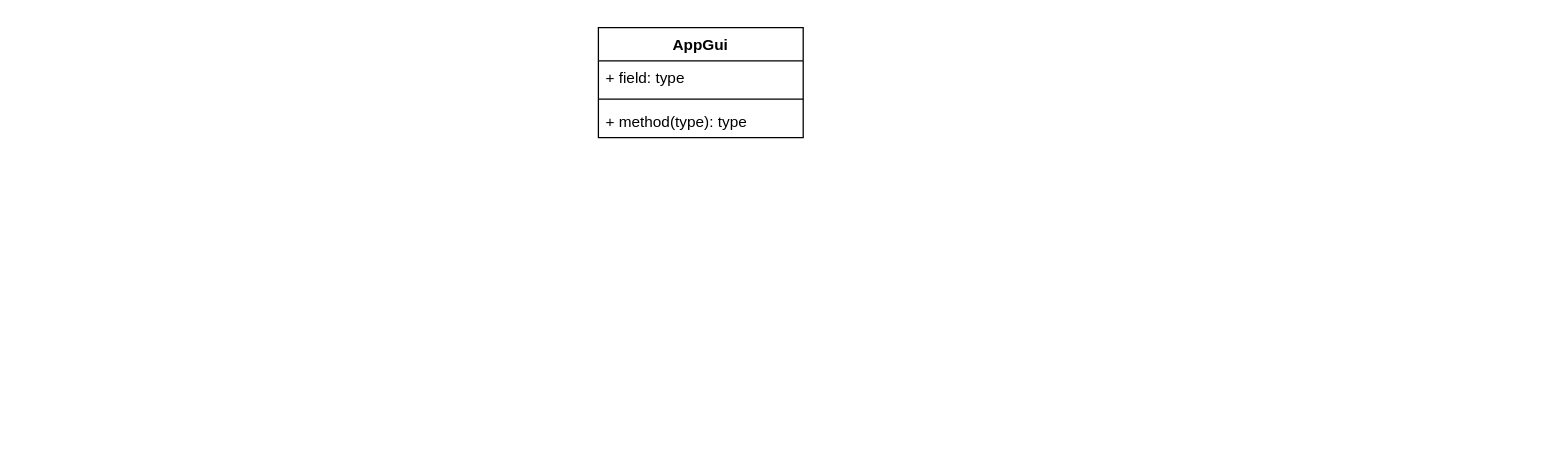
Before: doc/Общая диаграмма классов.drawio in Solar-Falcon/final-trps, a draw.io diagram. Source tidied: cells renumbered, new cells numbered last; positions are measured from the earlier drawing's top-left corner, leaving out a move shared by most shapes. Both pictures are drawn from the tidied source at 128%, with x=0, y=0 at pixel (598, 27).
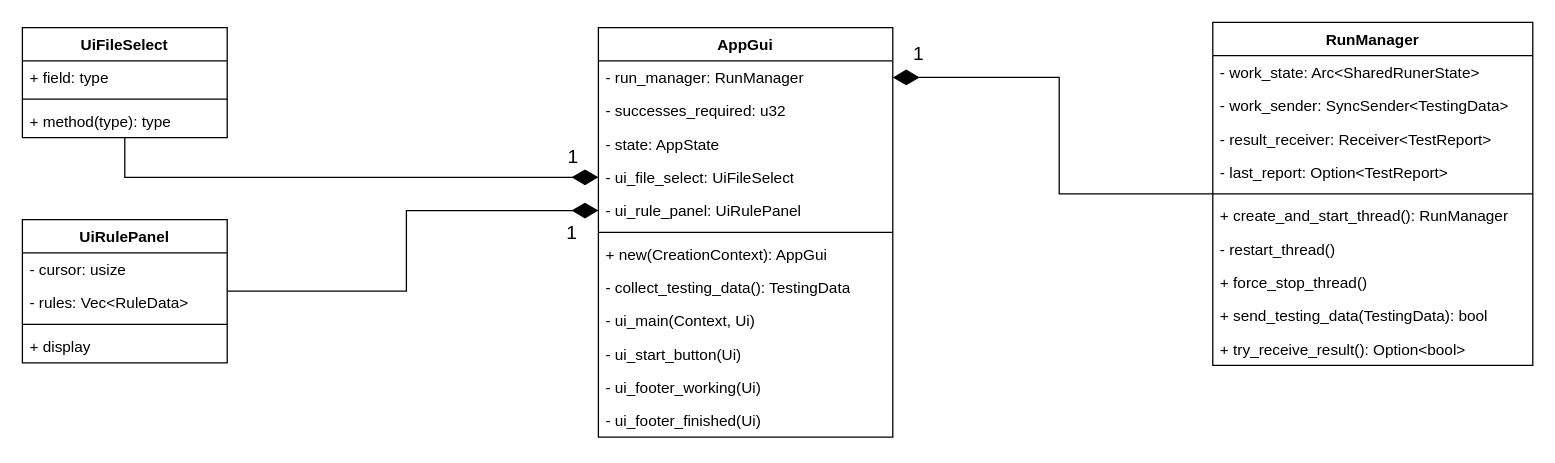
Above is the later version.

What changed in the source:
```diff
@@
     <mxCell id="2" value="AppGui" style="swimlane;fontStyle=1;align=center;verticalAlign=top;horizontal=1;startSize=26;whiteSpace=wrap;html=1;" parent="1" vertex="1">
-      <mxGeometry width="160" height="86" as="geometry" />
+      <mxGeometry width="230" height="320" as="geometry" />
     </mxCell>
-    <mxCell id="3" value="+ field: type" style="text;strokeColor=none;fillColor=none;align=left;verticalAlign=top;spacingLeft=4;spacingRight=4;overflow=hidden;points=[[0,0.5],[1,0.5]];portConstraint=eastwest;whiteSpace=wrap;html=1;" parent="2" vertex="1">
-      <mxGeometry y="26" width="160" height="26" as="geometry" />
+    <mxCell id="3" value="- run_manager: RunManager" style="text;strokeColor=none;fillColor=none;align=left;verticalAlign=top;spacingLeft=4;spacingRight=4;overflow=hidden;points=[[0,0.5],[1,0.5]];portConstraint=eastwest;whiteSpace=wrap;html=1;" parent="2" vertex="1">
+      <mxGeometry y="26" width="230" height="26" as="geometry" />
     </mxCell>
+    <mxCell id="6" value="- successes_required: u32" style="text;strokeColor=none;fillColor=none;align=left;verticalAlign=top;spacingLeft=4;spacingRight=4;overflow=hidden;whiteSpace=wrap;html=1;" parent="2" vertex="1">
+      <mxGeometry y="52" width="230" height="26" as="geometry" />
+    </mxCell>
+    <mxCell id="7" value="- state: AppState" style="text;strokeColor=none;fillColor=none;align=left;verticalAlign=top;spacingLeft=4;spacingRight=4;overflow=hidden;whiteSpace=wrap;html=1;" parent="2" vertex="1">
+      <mxGeometry y="78" width="230" height="26" as="geometry" />
+    </mxCell>
+    <mxCell id="8" value="- ui_file_select: UiFileSelect" style="text;strokeColor=none;fillColor=none;align=left;verticalAlign=top;spacingLeft=4;spacingRight=4;overflow=hidden;points=[[0,0.5],[1,0.5]];portConstraint=eastwest;whiteSpace=wrap;html=1;" parent="2" vertex="1">
+      <mxGeometry y="104" width="230" height="26" as="geometry" />
+    </mxCell>
+    <mxCell id="9" value="- ui_rule_panel: UiRulePanel" style="text;strokeColor=none;fillColor=none;align=left;verticalAlign=top;spacingLeft=4;spacingRight=4;overflow=hidden;points=[[0,0.5],[1,0.5]];portConstraint=eastwest;whiteSpace=wrap;html=1;" parent="2" vertex="1">
+      <mxGeometry y="130" width="230" height="26" as="geometry" />
+    </mxCell>
     <mxCell id="4" style="line;strokeWidth=1;fillColor=none;align=left;verticalAlign=middle;spacingTop=-1;spacingLeft=3;spacingRight=3;labelPosition=right;strokeColor=inherit;" parent="2" vertex="1">
-      <mxGeometry y="52" width="160" height="8" as="geometry" />
+      <mxGeometry y="156" width="230" height="8" as="geometry" />
     </mxCell>
-    <mxCell id="5" value="+ method(type): type" style="text;strokeColor=none;fillColor=none;align=left;verticalAlign=top;spacingLeft=4;spacingRight=4;overflow=hidden;whiteSpace=wrap;html=1;" parent="2" vertex="1">
-      <mxGeometry y="60" width="160" height="26" as="geometry" />
+    <mxCell id="5" value="+ new(CreationContext): AppGui" style="text;strokeColor=none;fillColor=none;align=left;verticalAlign=top;spacingLeft=4;spacingRight=4;overflow=hidden;whiteSpace=wrap;html=1;" parent="2" vertex="1">
+      <mxGeometry y="164" width="230" height="26" as="geometry" />
     </mxCell>
+    <mxCell id="10" value="- collect_testing_data(): TestingData" style="text;strokeColor=none;fillColor=none;align=left;verticalAlign=top;spacingLeft=4;spacingRight=4;overflow=hidden;whiteSpace=wrap;html=1;" parent="2" vertex="1">
+      <mxGeometry y="190" width="230" height="26" as="geometry" />
+    </mxCell>
+    <mxCell id="11" value="- ui_main(Context, Ui)" style="text;strokeColor=none;fillColor=none;align=left;verticalAlign=top;spacingLeft=4;spacingRight=4;overflow=hidden;whiteSpace=wrap;html=1;" parent="2" vertex="1">
+      <mxGeometry y="216" width="230" height="26" as="geometry" />
+    </mxCell>
+    <mxCell id="12" value="- ui_start_button(Ui)" style="text;strokeColor=none;fillColor=none;align=left;verticalAlign=top;spacingLeft=4;spacingRight=4;overflow=hidden;whiteSpace=wrap;html=1;" parent="2" vertex="1">
+      <mxGeometry y="242" width="230" height="26" as="geometry" />
+    </mxCell>
+    <mxCell id="13" value="- ui_footer_working(Ui)" style="text;strokeColor=none;fillColor=none;align=left;verticalAlign=top;spacingLeft=4;spacingRight=4;overflow=hidden;whiteSpace=wrap;html=1;" parent="2" vertex="1">
+      <mxGeometry y="268" width="230" height="26" as="geometry" />
+    </mxCell>
+    <mxCell id="14" value="- ui_footer_finished(Ui)" style="text;strokeColor=none;fillColor=none;align=left;verticalAlign=top;spacingLeft=4;spacingRight=4;overflow=hidden;whiteSpace=wrap;html=1;" parent="2" vertex="1">
+      <mxGeometry y="294" width="230" height="26" as="geometry" />
+    </mxCell>
+    <mxCell id="15" value="1" style="edgeStyle=orthogonalEdgeStyle;rounded=0;jettySize=auto;html=1;endArrow=diamondThin;endFill=1;strokeWidth=1;endSize=18;fontSize=15;" parent="1" edge="1" source="16" target="3">
+      <mxGeometry x="0.88" y="-19" relative="1" as="geometry" />
+    </mxCell>
+    <mxCell id="16" value="RunManager" style="swimlane;fontStyle=1;align=center;verticalAlign=top;horizontal=1;startSize=26;whiteSpace=wrap;html=1;" parent="1" vertex="1">
+      <mxGeometry x="480" y="-4" width="250" height="268" as="geometry" />
+    </mxCell>
+    <mxCell id="17" value="- work_state: Arc&amp;lt;SharedRunerState&amp;gt;" style="text;strokeColor=none;fillColor=none;align=left;verticalAlign=top;spacingLeft=4;spacingRight=4;overflow=hidden;whiteSpace=wrap;html=1;" parent="16" vertex="1">
+      <mxGeometry y="26" width="250" height="26" as="geometry" />
+    </mxCell>
+    <mxCell id="18" value="- work_sender: SyncSender&amp;lt;TestingData&amp;gt;" style="text;strokeColor=none;fillColor=none;align=left;verticalAlign=top;spacingLeft=4;spacingRight=4;overflow=hidden;whiteSpace=wrap;html=1;" parent="16" vertex="1">
+      <mxGeometry y="52" width="250" height="26" as="geometry" />
+    </mxCell>
+    <mxCell id="19" value="- result_receiver: Receiver&amp;lt;TestReport&amp;gt;" style="text;strokeColor=none;fillColor=none;align=left;verticalAlign=top;spacingLeft=4;spacingRight=4;overflow=hidden;whiteSpace=wrap;html=1;" parent="16" vertex="1">
+      <mxGeometry y="78" width="250" height="26" as="geometry" />
+    </mxCell>
+    <mxCell id="20" value="- last_report: Option&amp;lt;TestReport&amp;gt;" style="text;strokeColor=none;fillColor=none;align=left;verticalAlign=top;spacingLeft=4;spacingRight=4;overflow=hidden;whiteSpace=wrap;html=1;" parent="16" vertex="1">
+      <mxGeometry y="104" width="250" height="26" as="geometry" />
+    </mxCell>
+    <mxCell id="21" style="line;strokeWidth=1;fillColor=none;align=left;verticalAlign=middle;spacingTop=-1;spacingLeft=3;spacingRight=3;labelPosition=right;strokeColor=inherit;" parent="16" vertex="1">
+      <mxGeometry y="130" width="250" height="8" as="geometry" />
+    </mxCell>
+    <mxCell id="22" value="+ create_and_start_thread(): RunManager" style="text;strokeColor=none;fillColor=none;align=left;verticalAlign=top;spacingLeft=4;spacingRight=4;overflow=hidden;whiteSpace=wrap;html=1;" parent="16" vertex="1">
+      <mxGeometry y="138" width="250" height="26" as="geometry" />
+    </mxCell>
+    <mxCell id="23" value="- restart_thread()" style="text;strokeColor=none;fillColor=none;align=left;verticalAlign=top;spacingLeft=4;spacingRight=4;overflow=hidden;whiteSpace=wrap;html=1;" parent="16" vertex="1">
+      <mxGeometry y="164" width="250" height="26" as="geometry" />
+    </mxCell>
+    <mxCell id="24" value="+ force_stop_thread()" style="text;strokeColor=none;fillColor=none;align=left;verticalAlign=top;spacingLeft=4;spacingRight=4;overflow=hidden;whiteSpace=wrap;html=1;" parent="16" vertex="1">
+      <mxGeometry y="190" width="250" height="26" as="geometry" />
+    </mxCell>
+    <mxCell id="25" value="+ send_testing_data(TestingData): bool" style="text;strokeColor=none;fillColor=none;align=left;verticalAlign=top;spacingLeft=4;spacingRight=4;overflow=hidden;whiteSpace=wrap;html=1;" parent="16" vertex="1">
+      <mxGeometry y="216" width="250" height="26" as="geometry" />
+    </mxCell>
+    <mxCell id="26" value="+ try_receive_result(): Option&amp;lt;bool&amp;gt;" style="text;strokeColor=none;fillColor=none;align=left;verticalAlign=top;spacingLeft=4;spacingRight=4;overflow=hidden;whiteSpace=wrap;html=1;" parent="16" vertex="1">
+      <mxGeometry y="242" width="250" height="26" as="geometry" />
+    </mxCell>
+    <mxCell id="27" value="1" style="edgeStyle=orthogonalEdgeStyle;rounded=0;jettySize=auto;html=1;endArrow=diamondThin;endFill=1;endSize=18;fontSize=15;" parent="1" edge="1" source="28" target="8">
+      <mxGeometry x="0.9" y="17" relative="1" as="geometry" />
+    </mxCell>
+    <mxCell id="28" value="UiFileSelect" style="swimlane;fontStyle=1;align=center;verticalAlign=top;horizontal=1;startSize=26;whiteSpace=wrap;html=1;" parent="1" vertex="1">
+      <mxGeometry x="-450" width="160" height="86" as="geometry" />
+    </mxCell>
+    <mxCell id="29" value="+ field: type" style="text;strokeColor=none;fillColor=none;align=left;verticalAlign=top;spacingLeft=4;spacingRight=4;overflow=hidden;whiteSpace=wrap;html=1;" parent="28" vertex="1">
+      <mxGeometry y="26" width="160" height="26" as="geometry" />
+    </mxCell>
+    <mxCell id="30" style="line;strokeWidth=1;fillColor=none;align=left;verticalAlign=middle;spacingTop=-1;spacingLeft=3;spacingRight=3;labelPosition=right;strokeColor=inherit;" parent="28" vertex="1">
+      <mxGeometry y="52" width="160" height="8" as="geometry" />
+    </mxCell>
+    <mxCell id="31" value="+ method(type): type" style="text;strokeColor=none;fillColor=none;align=left;verticalAlign=top;spacingLeft=4;spacingRight=4;overflow=hidden;whiteSpace=wrap;html=1;" parent="28" vertex="1">
+      <mxGeometry y="60" width="160" height="26" as="geometry" />
+    </mxCell>
+    <mxCell id="32" value="1" style="edgeStyle=orthogonalEdgeStyle;rounded=0;jettySize=auto;html=1;fontSize=15;endSize=18;endArrow=diamondThin;endFill=1;" parent="1" edge="1" source="33" target="9">
+      <mxGeometry x="0.88" y="-17" relative="1" as="geometry" />
+    </mxCell>
+    <mxCell id="33" value="UiRulePanel" style="swimlane;fontStyle=1;align=center;verticalAlign=top;horizontal=1;startSize=26;whiteSpace=wrap;html=1;" parent="1" vertex="1">
+      <mxGeometry x="-450" y="150" width="160" height="112" as="geometry" />
+    </mxCell>
+    <mxCell id="34" value="- cursor: usize" style="text;strokeColor=none;fillColor=none;align=left;verticalAlign=top;spacingLeft=4;spacingRight=4;overflow=hidden;whiteSpace=wrap;html=1;" parent="33" vertex="1">
+      <mxGeometry y="26" width="160" height="26" as="geometry" />
+    </mxCell>
+    <mxCell id="35" value="- rules: Vec&amp;lt;RuleData&amp;gt;" style="text;strokeColor=none;fillColor=none;align=left;verticalAlign=top;spacingLeft=4;spacingRight=4;overflow=hidden;whiteSpace=wrap;html=1;" parent="33" vertex="1">
+      <mxGeometry y="52" width="160" height="26" as="geometry" />
+    </mxCell>
+    <mxCell id="36" style="line;strokeWidth=1;fillColor=none;align=left;verticalAlign=middle;spacingTop=-1;spacingLeft=3;spacingRight=3;labelPosition=right;strokeColor=inherit;" parent="33" vertex="1">
+      <mxGeometry y="78" width="160" height="8" as="geometry" />
+    </mxCell>
+    <mxCell id="37" value="+ display" style="text;strokeColor=none;fillColor=none;align=left;verticalAlign=top;spacingLeft=4;spacingRight=4;overflow=hidden;whiteSpace=wrap;html=1;" parent="33" vertex="1">
+      <mxGeometry y="86" width="160" height="26" as="geometry" />
+    </mxCell>
```
